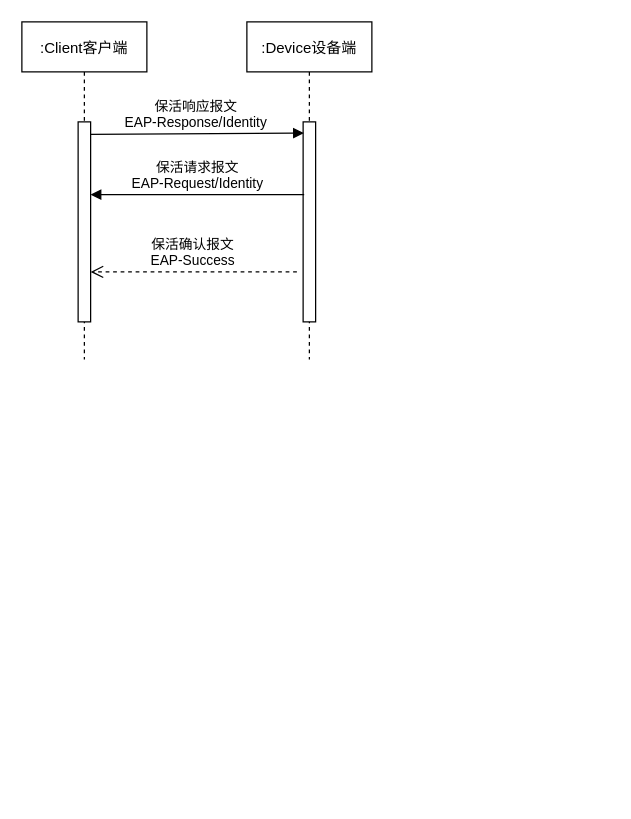
Before: EAP中继认证方式的流程图.drawio in PATORITU/PATORITU, a draw.io diagram. Source tidied: cells renumbered, new cells numbered last; positions are measured from the earlier drawing's top-left corner, leaving out a move shared by most shapes. Both pictures are drawn from the tidied source at 125%, with x=0, y=0 at pixel (21, 21).
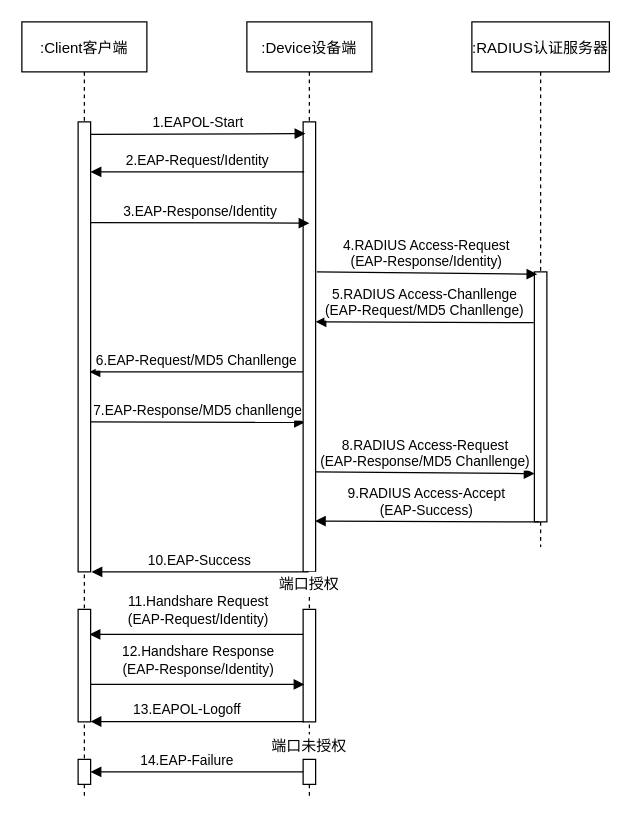
The same page after the edit.

Commit message:
更新EAP中继认证方式的流程图.drawio

What changed in the source:
```diff
@@
     <mxCell id="2" value=":Client客户端" style="shape=umlLifeline;perimeter=lifelinePerimeter;rounded=0;shadow=0;strokeWidth=1;" parent="1" vertex="1">
-      <mxGeometry width="100" height="270" as="geometry" />
+      <mxGeometry width="100" height="620" as="geometry" />
     </mxCell>
     <mxCell id="3" style="points=[];perimeter=orthogonalPerimeter;rounded=0;shadow=0;strokeWidth=1;" parent="2" vertex="1">
-      <mxGeometry x="45" y="80" width="10" height="160" as="geometry" />
+      <mxGeometry x="45" y="80" width="10" height="360" as="geometry" />
     </mxCell>
+    <mxCell id="9" value="6.EAP-Request/MD5 Chanllenge" style="verticalAlign=bottom;endArrow=block;shadow=0;strokeWidth=1;exitX=0.083;exitY=0.364;exitDx=0;exitDy=0;exitPerimeter=0;" parent="2" edge="1">
+      <mxGeometry relative="1" as="geometry">
+        <mxPoint x="225" y="280" as="sourcePoint" />
+        <mxPoint x="54.2" y="280" as="targetPoint" />
+      </mxGeometry>
+    </mxCell>
+    <mxCell id="10" value="7.EAP-Response/MD5 chanllenge" style="verticalAlign=bottom;endArrow=block;shadow=0;strokeWidth=1;entryX=0.137;entryY=0.668;entryDx=0;entryDy=0;entryPerimeter=0;" parent="2" edge="1" target="5">
+      <mxGeometry relative="1" as="geometry">
+        <mxPoint x="55" y="320" as="sourcePoint" />
+      </mxGeometry>
+    </mxCell>
+    <mxCell id="11" style="perimeter=orthogonalPerimeter;rounded=0;shadow=0;strokeWidth=1;" parent="2" vertex="1">
+      <mxGeometry x="45" y="590" width="10" height="20" as="geometry" />
+    </mxCell>
     <mxCell id="4" value=":Device设备端" style="shape=umlLifeline;perimeter=lifelinePerimeter;rounded=0;shadow=0;strokeWidth=1;" parent="1" vertex="1">
-      <mxGeometry x="180" width="100" height="270" as="geometry" />
+      <mxGeometry x="180" width="100" height="620" as="geometry" />
     </mxCell>
     <mxCell id="5" style="points=[];perimeter=orthogonalPerimeter;rounded=0;shadow=0;strokeWidth=1;" parent="4" vertex="1">
-      <mxGeometry x="45" y="80" width="10" height="160" as="geometry" />
+      <mxGeometry x="45" y="80" width="10" height="360" as="geometry" />
     </mxCell>
-    <mxCell id="6" value="保活确认报文&#10;EAP-Success" style="verticalAlign=bottom;endArrow=open;dashed=1;endSize=8;shadow=0;strokeWidth=1;" parent="1" edge="1" target="3">
-      <mxGeometry relative="1" as="geometry">
-        <mxPoint x="220" y="200" as="sourcePoint" />
-      </mxGeometry>
-    </mxCell>
+    <mxCell id="12" value="3.EAP-Response/Identity" style="verticalAlign=bottom;endArrow=block;shadow=0;strokeWidth=1;" parent="4" edge="1">
+      <mxGeometry relative="1" as="geometry">
+        <mxPoint x="-125" y="160.5" as="sourcePoint" />
+        <mxPoint x="50" y="161" as="targetPoint" />
+      </mxGeometry>
+    </mxCell>
+    <mxCell id="13" value="5.RADIUS Access-Chanllenge&#10;(EAP-Request/MD5 Chanllenge)" style="verticalAlign=bottom;endArrow=block;shadow=0;strokeWidth=1;exitX=-0.051;exitY=0.203;exitDx=0;exitDy=0;exitPerimeter=0;" parent="4" edge="1" source="18">
+      <mxGeometry relative="1" as="geometry">
+        <mxPoint x="55" y="240" as="targetPoint" />
+      </mxGeometry>
+    </mxCell>
+    <mxCell id="14" value="8.RADIUS Access-Request&#10;(EAP-Response/MD5 Chanllenge)" style="verticalAlign=bottom;endArrow=block;shadow=0;strokeWidth=1;entryX=0.008;entryY=0.807;entryDx=0;entryDy=0;entryPerimeter=0;" parent="4" edge="1" target="18">
+      <mxGeometry relative="1" as="geometry">
+        <mxPoint x="55" y="360" as="sourcePoint" />
+      </mxGeometry>
+    </mxCell>
+    <mxCell id="15" value="端口授权" style="rounded=0;whiteSpace=wrap;html=1;strokeColor=none;" parent="4" vertex="1">
+      <mxGeometry y="440" width="100" height="20" as="geometry" />
+    </mxCell>
+    <mxCell id="16" value="端口未授权" style="rounded=0;whiteSpace=wrap;html=1;strokeColor=none;" parent="4" vertex="1">
+      <mxGeometry y="570" width="100" height="20" as="geometry" />
+    </mxCell>
-    <mxCell id="7" value="保活响应报文&#10;EAP-Response/Identity" style="verticalAlign=bottom;endArrow=block;entryX=0.054;entryY=0.056;shadow=0;strokeWidth=1;exitX=0.957;exitY=0.062;exitDx=0;exitDy=0;exitPerimeter=0;entryDx=0;entryDy=0;entryPerimeter=0;" parent="1" edge="1" source="3" target="5">
+    <mxCell id="7" value="1.EAPOL-Start" style="verticalAlign=bottom;endArrow=block;entryX=0.175;entryY=0.026;shadow=0;strokeWidth=1;exitX=1.032;exitY=0.028;exitDx=0;exitDy=0;exitPerimeter=0;entryDx=0;entryDy=0;entryPerimeter=0;" parent="1" edge="1" source="3" target="5">
       <mxGeometry relative="1" as="geometry" />
     </mxCell>
-    <mxCell id="8" value="保活请求报文&#10;EAP-Request/Identity" style="verticalAlign=bottom;endArrow=block;shadow=0;strokeWidth=1;exitX=0.083;exitY=0.364;exitDx=0;exitDy=0;exitPerimeter=0;" parent="1" edge="1" source="5" target="3">
-      <mxGeometry relative="1" as="geometry" />
+    <mxCell id="8" value="2.EAP-Request/Identity" style="verticalAlign=bottom;endArrow=block;shadow=0;strokeWidth=1;exitX=0.083;exitY=0.364;exitDx=0;exitDy=0;exitPerimeter=0;" parent="1" edge="1">
+      <mxGeometry relative="1" as="geometry">
+        <mxPoint x="225.8" y="120" as="sourcePoint" />
+        <mxPoint x="55" y="120" as="targetPoint" />
+      </mxGeometry>
     </mxCell>
+    <mxCell id="17" value=":RADIUS认证服务器" style="shape=umlLifeline;perimeter=lifelinePerimeter;rounded=0;shadow=0;strokeWidth=1;" parent="1" vertex="1">
+      <mxGeometry x="360" width="110" height="420" as="geometry" />
+    </mxCell>
+    <mxCell id="18" style="points=[];perimeter=orthogonalPerimeter;rounded=0;shadow=0;strokeWidth=1;" parent="17" vertex="1">
+      <mxGeometry x="50" y="200" width="10" height="200" as="geometry" />
+    </mxCell>
+    <mxCell id="19" value="4.RADIUS Access-Request&#10;(EAP-Response/Identity)" style="verticalAlign=bottom;endArrow=block;shadow=0;strokeWidth=1;entryX=0.23;entryY=0.009;entryDx=0;entryDy=0;entryPerimeter=0;" parent="1" edge="1" target="18">
+      <mxGeometry relative="1" as="geometry">
+        <mxPoint x="236" y="200" as="sourcePoint" />
+      </mxGeometry>
+    </mxCell>
+    <mxCell id="20" value="9.RADIUS Access-Accept&#10;(EAP-Success)" style="verticalAlign=bottom;endArrow=block;shadow=0;strokeWidth=1;exitX=-0.051;exitY=0.203;exitDx=0;exitDy=0;exitPerimeter=0;entryX=0.952;entryY=0.887;entryDx=0;entryDy=0;entryPerimeter=0;" parent="1" edge="1" target="5">
+      <mxGeometry relative="1" as="geometry">
+        <mxPoint x="414" y="400" as="sourcePoint" />
+      </mxGeometry>
+    </mxCell>
+    <mxCell id="21" value="10.EAP-Success" style="verticalAlign=bottom;endArrow=block;shadow=0;strokeWidth=1;entryX=1.076;entryY=1;entryDx=0;entryDy=0;entryPerimeter=0;" parent="1" edge="1" source="4" target="3">
+      <mxGeometry relative="1" as="geometry" />
+    </mxCell>
+    <mxCell id="22" style="perimeter=orthogonalPerimeter;rounded=0;shadow=0;strokeWidth=1;" parent="1" vertex="1">
+      <mxGeometry x="45" y="470" width="10" height="90" as="geometry" />
+    </mxCell>
+    <mxCell id="23" style="perimeter=orthogonalPerimeter;rounded=0;shadow=0;strokeWidth=1;" parent="1" vertex="1">
+      <mxGeometry x="225" y="470" width="10" height="90" as="geometry" />
+    </mxCell>
+    <mxCell id="24" style="verticalAlign=bottom;endArrow=block;shadow=0;strokeWidth=1;exitX=0.083;exitY=0.364;exitDx=0;exitDy=0;exitPerimeter=0;" parent="1" edge="1">
+      <mxGeometry relative="1" as="geometry">
+        <mxPoint x="225" y="490" as="sourcePoint" />
+        <mxPoint x="54.2" y="490" as="targetPoint" />
+      </mxGeometry>
+    </mxCell>
+    <mxCell id="25" value="11.Handshare Request&lt;br&gt;(EAP-Request/Identity)" style="edgeLabel;html=1;align=center;verticalAlign=middle;" parent="24" vertex="1">
+      <mxGeometry x="0.15" relative="1" as="geometry">
+        <mxPoint x="13" y="-20" as="offset" />
+      </mxGeometry>
+    </mxCell>
+    <mxCell id="26" style="verticalAlign=bottom;endArrow=block;shadow=0;strokeWidth=1;entryX=0.137;entryY=0.668;entryDx=0;entryDy=0;entryPerimeter=0;" parent="1" edge="1">
+      <mxGeometry relative="1" as="geometry">
+        <mxPoint x="55" y="530" as="sourcePoint" />
+        <mxPoint x="226" y="530" as="targetPoint" />
+      </mxGeometry>
+    </mxCell>
+    <mxCell id="27" value="12.Handshare Response&lt;br&gt;(EAP-Response/Identity)" style="edgeLabel;html=1;align=center;verticalAlign=middle;" parent="26" vertex="1">
+      <mxGeometry x="-0.15" relative="1" as="geometry">
+        <mxPoint x="12" y="-20" as="offset" />
+      </mxGeometry>
+    </mxCell>
+    <mxCell id="28" style="verticalAlign=bottom;endArrow=block;shadow=0;strokeWidth=1;exitX=0.083;exitY=0.364;exitDx=0;exitDy=0;exitPerimeter=0;" parent="1" edge="1">
+      <mxGeometry relative="1" as="geometry">
+        <mxPoint x="225.8" y="559.7" as="sourcePoint" />
+        <mxPoint x="55" y="559.7" as="targetPoint" />
+      </mxGeometry>
+    </mxCell>
+    <mxCell id="29" value="13.EAPOL-Logoff" style="edgeLabel;html=1;align=center;verticalAlign=middle;" parent="28" vertex="1">
+      <mxGeometry x="0.1" y="-1" relative="1" as="geometry">
+        <mxPoint y="-9" as="offset" />
+      </mxGeometry>
+    </mxCell>
+    <mxCell id="30" style="verticalAlign=bottom;endArrow=block;shadow=0;strokeWidth=1;exitX=0.083;exitY=0.364;exitDx=0;exitDy=0;exitPerimeter=0;" parent="1" edge="1">
+      <mxGeometry relative="1" as="geometry">
+        <mxPoint x="225.8" y="600" as="sourcePoint" />
+        <mxPoint x="55" y="600" as="targetPoint" />
+      </mxGeometry>
+    </mxCell>
+    <mxCell id="31" value="14.EAP-Failure" style="edgeLabel;html=1;align=center;verticalAlign=middle;" parent="30" vertex="1">
+      <mxGeometry x="0.1" y="-2" relative="1" as="geometry">
+        <mxPoint y="-8" as="offset" />
+      </mxGeometry>
+    </mxCell>
+    <mxCell id="32" style="perimeter=orthogonalPerimeter;rounded=0;shadow=0;strokeWidth=1;" parent="1" vertex="1">
+      <mxGeometry x="225" y="590" width="10" height="20" as="geometry" />
+    </mxCell>
```
